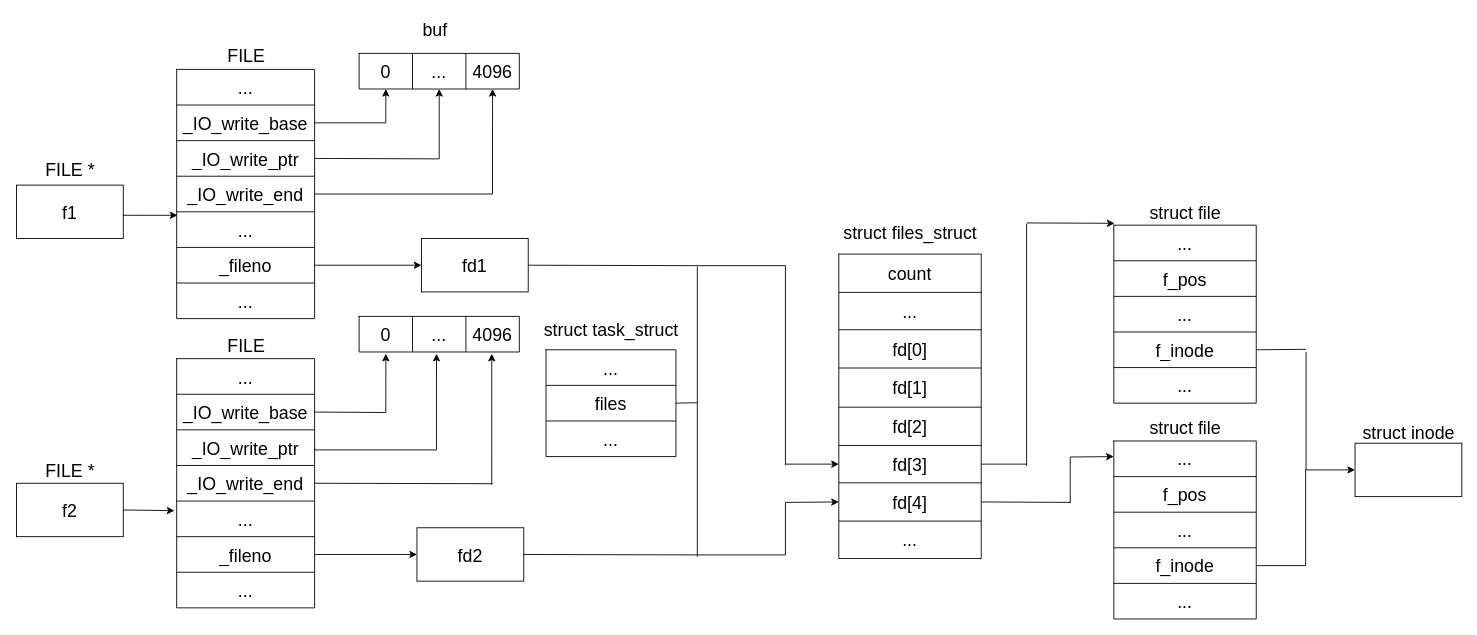
alena-zayts/BMSTU_6sem_operating_systems keeps this draw.io diagram as page "Page-3" (3 of 3) of lab_05/docs/lab_05.drawio. Above is the earlier version. Source tidied: cells renumbered, new cells numbered last; positions are measured from the earlier drawing's top-left corner, leaving out a move shared by most shapes. Both pictures are drawn from the tidied source at 89%, with x=0, y=0 at pixel (16, 15).
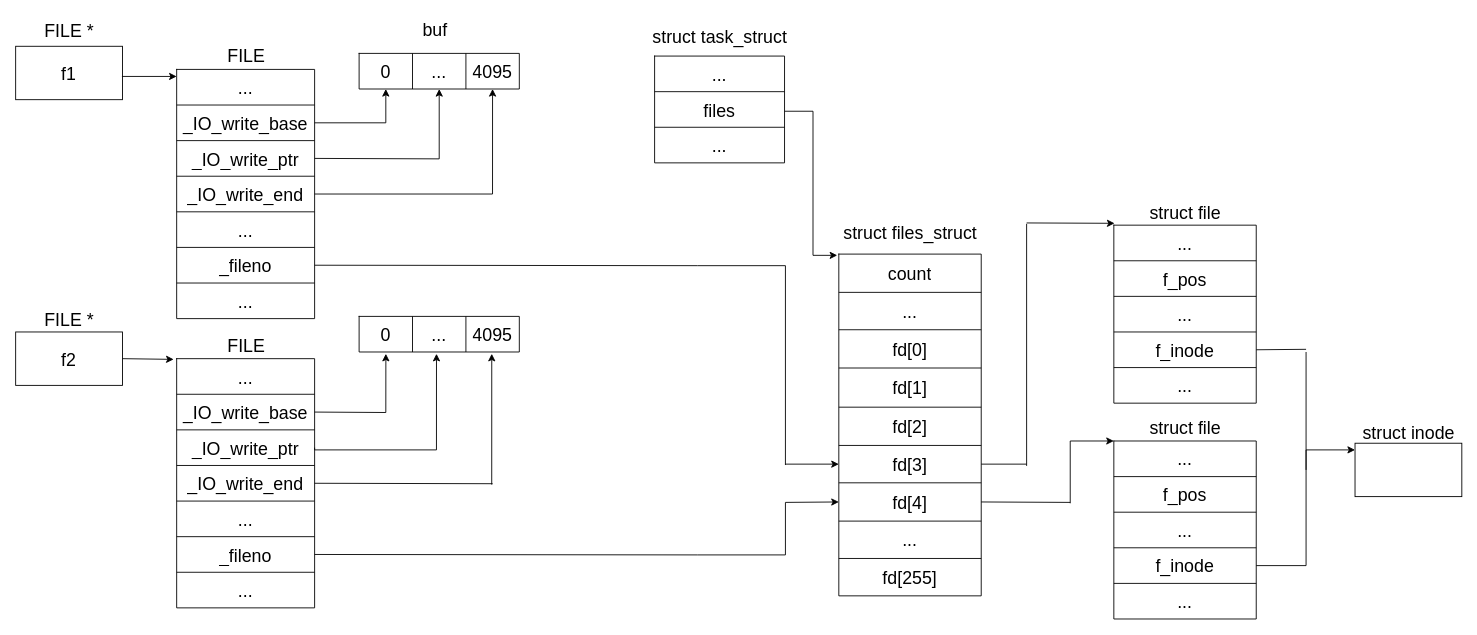
Above is the later version.

Unchanged cells that the change refers to:
```xml
<mxCell id="13" style="shape=partialRectangle;html=1;whiteSpace=wrap;fillColor=none;top=0;left=0;bottom=0;right=0;points=[[0,0.5],[1,0.5]];portConstraint=eastwest;fontSize=20;" parent="4" vertex="1">
  <mxGeometry y="160" width="155" height="40" as="geometry" />
</mxCell>
<mxCell id="15" style="shape=partialRectangle;html=1;whiteSpace=wrap;fillColor=none;top=0;left=0;bottom=0;right=0;points=[[0,0.5],[1,0.5]];portConstraint=eastwest;fontSize=20;" parent="4" vertex="1">
  <mxGeometry y="200" width="155" height="40" as="geometry" />
</mxCell>
<mxCell id="28" style="shape=partialRectangle;html=1;whiteSpace=wrap;fillColor=none;top=0;left=0;bottom=0;right=0;points=[[0,0.5],[1,0.5]];portConstraint=eastwest;fontSize=20;" parent="19" vertex="1">
  <mxGeometry y="160" width="155" height="40" as="geometry" />
</mxCell>
<mxCell id="30" style="shape=partialRectangle;html=1;whiteSpace=wrap;fillColor=none;top=0;left=0;bottom=0;right=0;points=[[0,0.5],[1,0.5]];portConstraint=eastwest;fontSize=20;" parent="19" vertex="1">
  <mxGeometry y="200" width="155" height="40" as="geometry" />
</mxCell>
<mxCell id="35" style="shape=partialRectangle;html=1;whiteSpace=wrap;fillColor=none;top=0;left=0;bottom=0;right=0;points=[[0,0.5],[1,0.5]];portConstraint=eastwest;fontSize=20;" parent="34" vertex="1">
  <mxGeometry width="180" height="40" as="geometry" />
</mxCell>
<mxCell id="40" style="shape=partialRectangle;html=1;whiteSpace=wrap;fillColor=none;top=0;left=0;bottom=0;right=0;points=[[0,0.5],[1,0.5]];portConstraint=eastwest;fontSize=20;" parent="39" vertex="1">
  <mxGeometry width="180" height="40" as="geometry" />
</mxCell>
<mxCell id="59" style="shape=partialRectangle;html=1;whiteSpace=wrap;fillColor=none;top=0;left=0;bottom=0;right=0;points=[[0,0.5],[1,0.5]];portConstraint=eastwest;fontSize=20;" parent="58" vertex="1">
  <mxGeometry width="160" height="43" as="geometry" />
</mxCell>
<mxCell id="90" style="shape=partialRectangle;html=1;whiteSpace=wrap;fillColor=none;top=0;left=0;bottom=0;right=0;points=[[0,0.5],[1,0.5]];portConstraint=eastwest;fontSize=20;" parent="89" vertex="1">
  <mxGeometry width="160" height="40" as="geometry" />
</mxCell>
<mxCell id="96" style="shape=partialRectangle;html=1;whiteSpace=wrap;fillColor=none;top=0;left=0;bottom=0;right=0;points=[[0,0.5],[1,0.5]];portConstraint=eastwest;fontSize=20;" parent="89" vertex="1">
  <mxGeometry y="120" width="160" height="40" as="geometry" />
</mxCell>
<mxCell id="101" style="rounded=0;whiteSpace=wrap;html=1;fontSize=20;" parent="1" vertex="1">
  <mxGeometry x="1504" y="480.5" width="120" height="60" as="geometry" />
</mxCell>
```

The edit, as a diff of the source:
```diff
@@
     <mxCell id="2" value="&lt;div&gt;f1&lt;/div&gt;" style="rounded=0;whiteSpace=wrap;html=1;fontSize=20;" parent="1" vertex="1">
-      <mxGeometry y="190.5" width="120" height="60" as="geometry" />
+      <mxGeometry x="-0.9" y="34.5" width="120" height="60" as="geometry" />
     </mxCell>
     <mxCell id="3" value="f2" style="rounded=0;whiteSpace=wrap;html=1;fontSize=20;" parent="1" vertex="1">
-      <mxGeometry y="525.5" width="120" height="60" as="geometry" />
+      <mxGeometry x="-0.9" y="355.5" width="120" height="60" as="geometry" />
     </mxCell>
@@
-    <mxCell id="38" value="4096" style="shape=partialRectangle;html=1;whiteSpace=wrap;overflow=hidden;fillColor=none;top=0;left=0;bottom=0;right=0;fontSize=20;" parent="35" vertex="1">
+    <mxCell id="38" value="4095" style="shape=partialRectangle;html=1;whiteSpace=wrap;overflow=hidden;fillColor=none;top=0;left=0;bottom=0;right=0;fontSize=20;" parent="35" vertex="1">
       <mxGeometry x="120" width="60" height="40" as="geometry" />
     </mxCell>
@@
-    <mxCell id="43" value="4096" style="shape=partialRectangle;html=1;whiteSpace=wrap;overflow=hidden;fillColor=none;top=0;left=0;bottom=0;right=0;fontSize=20;" parent="40" vertex="1">
+    <mxCell id="43" value="4095" style="shape=partialRectangle;html=1;whiteSpace=wrap;overflow=hidden;fillColor=none;top=0;left=0;bottom=0;right=0;fontSize=20;" parent="40" vertex="1">
       <mxGeometry x="120" width="60" height="40" as="geometry" />
     </mxCell>
@@
-    <mxCell id="45" value="fd1" style="rounded=0;whiteSpace=wrap;html=1;fontSize=20;" parent="1" vertex="1">
-      <mxGeometry x="455" y="250.5" width="120" height="60" as="geometry" />
-    </mxCell>
@@
     <mxCell id="48" value="FILE *" style="text;html=1;align=center;verticalAlign=middle;strokeColor=none;fontSize=20;" parent="1" vertex="1">
-      <mxGeometry x="25" y="158" width="70" height="30" as="geometry" />
+      <mxGeometry x="24.1" y="2" width="70" height="30" as="geometry" />
     </mxCell>
     <mxCell id="49" value="FILE *" style="text;html=1;align=center;verticalAlign=middle;strokeColor=none;fontSize=20;" parent="1" vertex="1">
-      <mxGeometry x="25" y="495.5" width="70" height="30" as="geometry" />
+      <mxGeometry x="24.1" y="325.5" width="70" height="30" as="geometry" />
     </mxCell>
-    <mxCell id="50" style="shape=table;html=1;whiteSpace=wrap;startSize=0;childLayout=tableLayout;fontSize=20;" parent="1" vertex="1">
-      <mxGeometry x="595" y="375.5" width="146" height="120" as="geometry" />
-    </mxCell>
-    <mxCell id="51" style="shape=partialRectangle;html=1;whiteSpace=wrap;fillColor=none;top=0;left=0;bottom=0;right=0;fontSize=20;" parent="50" vertex="1">
-      <mxGeometry width="146" height="40" as="geometry" />
-    </mxCell>
-    <mxCell id="52" value="..." style="shape=partialRectangle;html=1;whiteSpace=wrap;overflow=hidden;fillColor=none;top=0;left=0;bottom=0;right=0;fontSize=20;" parent="51" vertex="1">
-      <mxGeometry width="146" height="40" as="geometry" />
-    </mxCell>
-    <mxCell id="53" style="shape=partialRectangle;html=1;whiteSpace=wrap;fillColor=none;top=0;left=0;bottom=0;right=0;points=[[0,0.5],[1,0.5]];portConstraint=eastwest;fontSize=20;" parent="50" vertex="1">
-      <mxGeometry y="40" width="146" height="40" as="geometry" />
-    </mxCell>
-    <mxCell id="54" value="files" style="shape=partialRectangle;html=1;whiteSpace=wrap;overflow=hidden;fillColor=none;top=0;left=0;bottom=0;right=0;fontSize=20;" parent="53" vertex="1">
-      <mxGeometry width="146" height="40" as="geometry" />
-    </mxCell>
-    <mxCell id="55" style="shape=partialRectangle;html=1;whiteSpace=wrap;fillColor=none;top=0;left=0;bottom=0;right=0;fontSize=20;" parent="50" vertex="1">
-      <mxGeometry y="80" width="146" height="40" as="geometry" />
-    </mxCell>
-    <mxCell id="56" value="..." style="shape=partialRectangle;html=1;whiteSpace=wrap;overflow=hidden;fillColor=none;top=0;left=0;bottom=0;right=0;fontSize=20;" parent="55" vertex="1">
-      <mxGeometry width="146" height="40" as="geometry" />
-    </mxCell>
-    <mxCell id="57" value="struct task_struct" style="text;html=1;align=center;verticalAlign=middle;strokeColor=none;fontSize=20;" parent="1" vertex="1">
-      <mxGeometry x="583" y="338" width="170" height="30" as="geometry" />
-    </mxCell>
     <mxCell id="58" style="shape=table;html=1;whiteSpace=wrap;startSize=0;childLayout=tableLayout;fontSize=20;" parent="1" vertex="1">
-      <mxGeometry x="924" y="268" width="160" height="342" as="geometry" />
+      <mxGeometry x="924" y="268" width="160" height="384" as="geometry" />
     </mxCell>
@@
+    <mxCell id="135" style="shape=partialRectangle;html=1;whiteSpace=wrap;fillColor=none;top=0;left=0;bottom=0;right=0;fontSize=20;" parent="58" vertex="1">
+      <mxGeometry y="342" width="160" height="42" as="geometry" />
+    </mxCell>
+    <mxCell id="136" value="fd[255]" style="shape=partialRectangle;html=1;whiteSpace=wrap;overflow=hidden;fillColor=none;top=0;left=0;bottom=0;right=0;fontSize=20;" parent="135" vertex="1">
+      <mxGeometry width="160" height="42" as="geometry" />
+    </mxCell>
@@
-    <mxCell id="88" value="fd2" style="rounded=0;whiteSpace=wrap;html=1;fontSize=20;" parent="1" vertex="1">
-      <mxGeometry x="450" y="575.5" width="120" height="60" as="geometry" />
-    </mxCell>
@@
-    <mxCell id="103" style="edgeStyle=orthogonalEdgeStyle;rounded=0;jettySize=auto;html=1;exitX=1;exitY=0.5;exitDx=0;exitDy=0;entryX=0;entryY=0.5;entryDx=0;entryDy=0;fontSize=20;" parent="1" edge="1" source="96" target="101">
-      <mxGeometry relative="1" as="geometry" />
+    <mxCell id="103" style="edgeStyle=orthogonalEdgeStyle;rounded=0;jettySize=auto;html=1;exitX=1;exitY=0.5;exitDx=0;exitDy=0;fontSize=20;" parent="1" edge="1" source="96">
+      <mxGeometry relative="1" as="geometry">
+        <mxPoint x="1504" y="488" as="targetPoint" />
+        <Array as="points">
+          <mxPoint x="1449" y="618" />
+          <mxPoint x="1449" y="488" />
+          <mxPoint x="1504" y="488" />
+        </Array>
+      </mxGeometry>
     </mxCell>
@@
-    <mxCell id="107" style="endArrow=classic;html=1;exitX=0.995;exitY=0.565;exitDx=0;exitDy=0;exitPerimeter=0;entryX=0.006;entryY=0.098;entryDx=0;entryDy=0;entryPerimeter=0;" parent="1" edge="1" source="2" target="13">
-      <mxGeometry relative="1" as="geometry" />
+    <mxCell id="107" style="endArrow=classic;html=1;exitX=0.995;exitY=0.565;exitDx=0;exitDy=0;exitPerimeter=0;entryX=0.006;entryY=0.098;entryDx=0;entryDy=0;entryPerimeter=0;" parent="1" edge="1" source="2">
+      <mxGeometry relative="1" as="geometry">
+        <mxPoint x="180" y="68.4" as="targetPoint" />
+      </mxGeometry>
     </mxCell>
-    <mxCell id="108" style="endArrow=classic;html=1;exitX=1;exitY=0.5;exitDx=0;exitDy=0;entryX=-0.016;entryY=0.269;entryDx=0;entryDy=0;entryPerimeter=0;" parent="1" edge="1" source="3" target="28">
-      <mxGeometry relative="1" as="geometry" />
+    <mxCell id="108" style="endArrow=classic;html=1;exitX=1;exitY=0.5;exitDx=0;exitDy=0;entryX=-0.016;entryY=0.269;entryDx=0;entryDy=0;entryPerimeter=0;" parent="1" edge="1" source="3">
+      <mxGeometry relative="1" as="geometry">
+        <mxPoint x="176.6" y="386.3" as="targetPoint" />
+      </mxGeometry>
     </mxCell>
@@
-    <mxCell id="115" style="endArrow=classic;html=1;entryX=0;entryY=0.5;entryDx=0;entryDy=0;exitX=1;exitY=0.5;exitDx=0;exitDy=0;" parent="1" edge="1" source="15" target="45">
-      <mxGeometry relative="1" as="geometry" />
-    </mxCell>
-    <mxCell id="116" style="endArrow=classic;html=1;exitX=1;exitY=0.5;exitDx=0;exitDy=0;entryX=0;entryY=0.5;entryDx=0;entryDy=0;" parent="1" edge="1" source="30" target="88">
-      <mxGeometry relative="1" as="geometry" />
-    </mxCell>
-    <mxCell id="117" style="endArrow=none;html=1;exitX=1;exitY=0.5;exitDx=0;exitDy=0;" parent="1" edge="1" source="45">
+    <mxCell id="117" style="endArrow=none;html=1;exitX=1;exitY=0.5;exitDx=0;exitDy=0;" parent="1" edge="1" source="15">
       <mxGeometry relative="1" as="geometry">
         <mxPoint x="765" y="281" as="targetPoint" />
       </mxGeometry>
     </mxCell>
-    <mxCell id="118" style="endArrow=none;html=1;entryX=1;entryY=0.5;entryDx=0;entryDy=0;" parent="1" edge="1" target="53">
-      <mxGeometry relative="1" as="geometry">
-        <mxPoint x="765" y="435" as="sourcePoint" />
-      </mxGeometry>
-    </mxCell>
-    <mxCell id="119" style="endArrow=none;html=1;" parent="1" edge="1">
-      <mxGeometry relative="1" as="geometry">
-        <mxPoint x="765" y="608" as="sourcePoint" />
-        <mxPoint x="765" y="282" as="targetPoint" />
-      </mxGeometry>
-    </mxCell>
-    <mxCell id="120" style="endArrow=none;html=1;exitX=1;exitY=0.5;exitDx=0;exitDy=0;" parent="1" edge="1" source="88">
+    <mxCell id="120" style="endArrow=none;html=1;exitX=1;exitY=0.5;exitDx=0;exitDy=0;" parent="1" edge="1" source="30">
       <mxGeometry relative="1" as="geometry">
         <mxPoint x="765" y="606" as="targetPoint" />
       </mxGeometry>
     </mxCell>
@@
-    <mxCell id="134" style="endArrow=classic;html=1;entryX=-0.001;entryY=0.438;entryDx=0;entryDy=0;entryPerimeter=0;" parent="1" edge="1" target="90">
+    <mxCell id="134" style="endArrow=classic;html=1;edgeStyle=orthogonalEdgeStyle;rounded=0;" parent="1" edge="1">
       <mxGeometry relative="1" as="geometry">
         <mxPoint x="1184" y="496" as="sourcePoint" />
+        <mxPoint x="1233" y="478" as="targetPoint" />
+        <Array as="points">
+          <mxPoint x="1184" y="478" />
+          <mxPoint x="1233" y="478" />
+        </Array>
       </mxGeometry>
     </mxCell>
+    <mxCell id="137" style="shape=table;html=1;whiteSpace=wrap;startSize=0;childLayout=tableLayout;fontSize=20;" parent="1" vertex="1">
+      <mxGeometry x="717" y="45.5" width="146" height="120" as="geometry" />
+    </mxCell>
+    <mxCell id="51" style="shape=partialRectangle;html=1;whiteSpace=wrap;fillColor=none;top=0;left=0;bottom=0;right=0;fontSize=20;" parent="137" vertex="1">
+      <mxGeometry width="146" height="40" as="geometry" />
+    </mxCell>
+    <mxCell id="138" value="..." style="shape=partialRectangle;html=1;whiteSpace=wrap;overflow=hidden;fillColor=none;top=0;left=0;bottom=0;right=0;fontSize=20;" parent="51" vertex="1">
+      <mxGeometry width="146" height="40" as="geometry" />
+    </mxCell>
+    <mxCell id="53" style="shape=partialRectangle;html=1;whiteSpace=wrap;fillColor=none;top=0;left=0;bottom=0;right=0;points=[[0,0.5],[1,0.5]];portConstraint=eastwest;fontSize=20;" parent="137" vertex="1">
+      <mxGeometry y="40" width="146" height="40" as="geometry" />
+    </mxCell>
+    <mxCell id="54" value="files" style="shape=partialRectangle;html=1;whiteSpace=wrap;overflow=hidden;fillColor=none;top=0;left=0;bottom=0;right=0;fontSize=20;" parent="53" vertex="1">
+      <mxGeometry width="146" height="40" as="geometry" />
+    </mxCell>
+    <mxCell id="55" style="shape=partialRectangle;html=1;whiteSpace=wrap;fillColor=none;top=0;left=0;bottom=0;right=0;fontSize=20;" parent="137" vertex="1">
+      <mxGeometry y="80" width="146" height="40" as="geometry" />
+    </mxCell>
+    <mxCell id="139" value="..." style="shape=partialRectangle;html=1;whiteSpace=wrap;overflow=hidden;fillColor=none;top=0;left=0;bottom=0;right=0;fontSize=20;" parent="55" vertex="1">
+      <mxGeometry width="146" height="40" as="geometry" />
+    </mxCell>
+    <mxCell id="57" value="struct task_struct" style="text;html=1;align=center;verticalAlign=middle;strokeColor=none;fontSize=20;" parent="1" vertex="1">
+      <mxGeometry x="705" y="8" width="170" height="30" as="geometry" />
+    </mxCell>
+    <mxCell id="140" style="edgeStyle=orthogonalEdgeStyle;rounded=0;jettySize=auto;html=1;entryX=-0.011;entryY=0.033;entryDx=0;entryDy=0;entryPerimeter=0;" parent="1" edge="1" target="59">
+      <mxGeometry relative="1" as="geometry">
+        <mxPoint x="863" y="107.5" as="sourcePoint" />
+        <Array as="points">
+          <mxPoint x="895" y="108" />
+          <mxPoint x="895" y="269" />
+        </Array>
+      </mxGeometry>
+    </mxCell>
```
